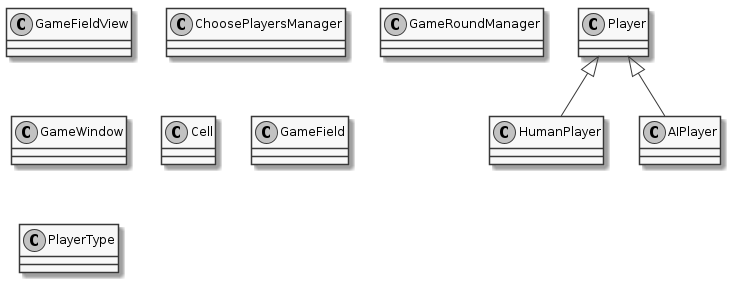
Earlier version of the PlantUML export classes_diagram.png (tkhirianov/crosses_and_zeroes).
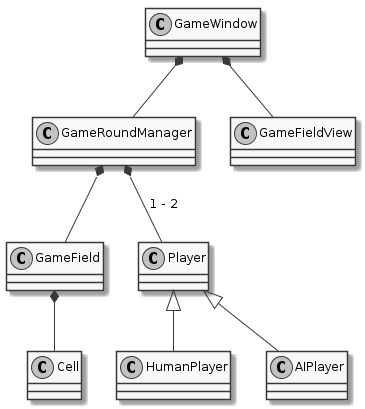
Above is the later version.

Commit message:
Удалил класс ChoosePlayersManager и поправил диаграмму классов

The edit, as a diff of the source:
```diff
@@ -2,20 +2,25 @@
 
 skinparam monochrome true
 
+class GameWindow
+class GameRoundManager
 class GameFieldView
-class ChoosePlayersManager
-class GameRoundManager
-class GameWindow
 
+GameWindow *-- GameRoundManager
+GameWindow *-- GameFieldView
+
+class GameField
 class Cell
-class GameField
-class PlayerType
+GameField *-- Cell
+GameRoundManager *-- GameField
+
 class Player
+GameRoundManager *-- Player : 1 - 2
+
 class HumanPlayer
 class AIPlayer
 
 Player <|-- HumanPlayer
 Player <|-- AIPlayer
 
-
 @enduml
```
